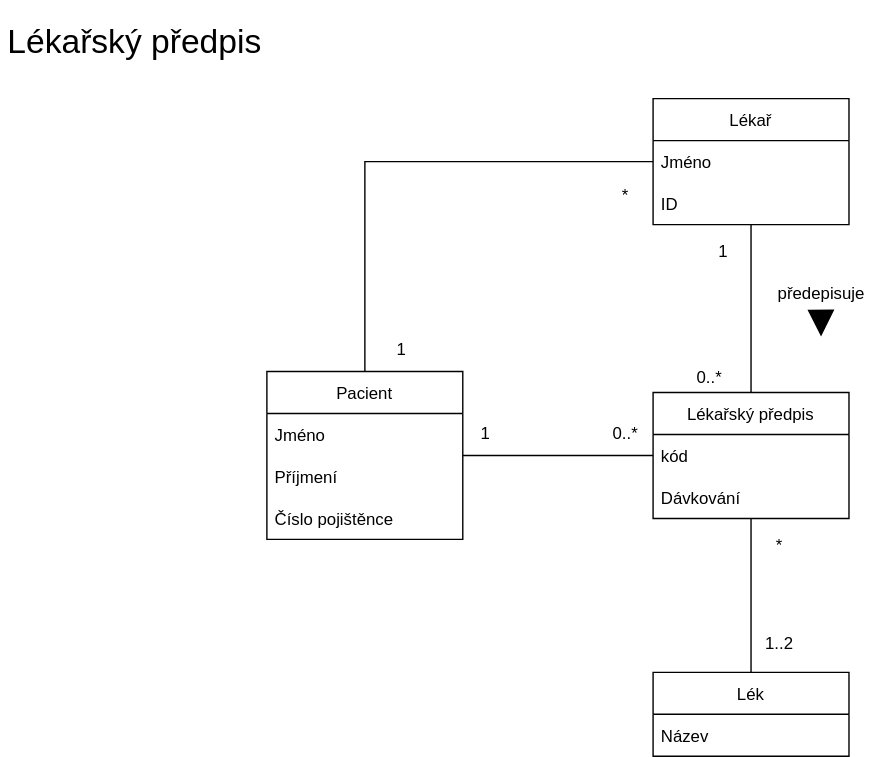
TadeasPikl/Diagrams.net keeps this draw.io diagram as TED/lekarsky-predpis.svg. Above is the earlier version. Source tidied: cells renumbered, new cells last; positions are measured from the earlier drawing's top-left corner, leaving out a move shared by most shapes. The source it was exported from:
```xml
<mxGraphModel>
  <root>
    <mxCell id="0" />
    <mxCell id="1" parent="0" />
    <mxCell id="2" style="edgeStyle=orthogonalEdgeStyle;rounded=0;jettySize=auto;html=1;endArrow=none;endFill=0;" parent="1" edge="1" source="3" target="7">
      <mxGeometry relative="1" as="geometry" />
    </mxCell>
    <mxCell id="3" value="Pacient" style="swimlane;fontStyle=0;horizontal=1;startSize=30;" parent="1" vertex="1">
      <mxGeometry x="190" y="255" width="140" height="120" as="geometry" />
    </mxCell>
    <mxCell id="4" value="Jméno" style="text;strokeColor=none;fillColor=none;align=left;verticalAlign=middle;spacingLeft=4;spacingRight=4;overflow=hidden;" parent="3" vertex="1">
      <mxGeometry y="30" width="140" height="30" as="geometry" />
    </mxCell>
    <mxCell id="5" value="Příjmení" style="text;strokeColor=none;fillColor=none;align=left;verticalAlign=middle;spacingLeft=4;spacingRight=4;overflow=hidden;" parent="3" vertex="1">
      <mxGeometry y="60" width="140" height="30" as="geometry" />
    </mxCell>
    <mxCell id="6" value="Číslo pojištěnce" style="text;strokeColor=none;fillColor=none;align=left;verticalAlign=middle;spacingLeft=4;spacingRight=4;overflow=hidden;" parent="3" vertex="1">
      <mxGeometry y="90" width="140" height="30" as="geometry" />
    </mxCell>
    <mxCell id="7" value="Lékařský předpis" style="swimlane;fontStyle=0;horizontal=1;startSize=30;" parent="1" vertex="1">
      <mxGeometry x="466" y="270" width="140" height="90" as="geometry" />
    </mxCell>
    <mxCell id="8" value="kód" style="text;strokeColor=none;fillColor=none;align=left;verticalAlign=middle;spacingLeft=4;spacingRight=4;overflow=hidden;" parent="7" vertex="1">
      <mxGeometry y="30" width="140" height="30" as="geometry" />
    </mxCell>
    <mxCell id="9" value="Dávkování" style="text;strokeColor=none;fillColor=none;align=left;verticalAlign=middle;spacingLeft=4;spacingRight=4;overflow=hidden;" parent="7" vertex="1">
      <mxGeometry y="60" width="140" height="30" as="geometry" />
    </mxCell>
    <mxCell id="10" style="edgeStyle=orthogonalEdgeStyle;rounded=0;jettySize=auto;html=1;endArrow=none;endFill=0;" parent="1" edge="1" source="11" target="7">
      <mxGeometry relative="1" as="geometry" />
    </mxCell>
    <mxCell id="11" value="Lékař" style="swimlane;fontStyle=0;horizontal=1;startSize=30;" parent="1" vertex="1">
      <mxGeometry x="466" y="60" width="140" height="90" as="geometry" />
    </mxCell>
    <mxCell id="12" value="Jméno" style="text;strokeColor=none;fillColor=none;align=left;verticalAlign=middle;spacingLeft=4;spacingRight=4;overflow=hidden;points=[[0,0.5],[1,0.5]];portConstraint=eastwest;" parent="11" vertex="1">
      <mxGeometry y="30" width="140" height="30" as="geometry" />
    </mxCell>
    <mxCell id="13" value="ID" style="text;strokeColor=none;fillColor=none;align=left;verticalAlign=middle;spacingLeft=4;spacingRight=4;overflow=hidden;" parent="11" vertex="1">
      <mxGeometry y="60" width="140" height="30" as="geometry" />
    </mxCell>
    <mxCell id="14" style="edgeStyle=orthogonalEdgeStyle;rounded=0;orthogonalLoop=1;jettySize=auto;html=1;endArrow=block;endFill=1;endSize=14;strokeWidth=2;" parent="1" edge="1">
      <mxGeometry relative="1" as="geometry">
        <mxPoint x="586" y="220" as="sourcePoint" />
        <mxPoint x="586" y="230" as="targetPoint" />
        <Array as="points">
          <mxPoint x="586" y="230" />
          <mxPoint x="586" y="230" />
        </Array>
      </mxGeometry>
    </mxCell>
    <mxCell id="15" value="předepisuje" style="text;html=1;align=center;verticalAlign=middle;strokeColor=none;fillColor=none;" parent="1" vertex="1">
      <mxGeometry x="546" y="190" width="80" height="20" as="geometry" />
    </mxCell>
    <mxCell id="16" style="edgeStyle=orthogonalEdgeStyle;rounded=0;jettySize=auto;html=1;endArrow=none;endFill=0;endSize=14;strokeWidth=1;" parent="1" edge="1" source="12" target="3">
      <mxGeometry relative="1" as="geometry" />
    </mxCell>
    <mxCell id="17" value="1" style="text;html=1;align=center;verticalAlign=middle;strokeColor=none;fillColor=none;" parent="1" vertex="1">
      <mxGeometry x="336" y="290" width="20" height="20" as="geometry" />
    </mxCell>
    <mxCell id="18" value="0..*" style="text;html=1;align=center;verticalAlign=middle;strokeColor=none;fillColor=none;" parent="1" vertex="1">
      <mxGeometry x="431" y="290" width="30" height="20" as="geometry" />
    </mxCell>
    <mxCell id="19" value="1" style="text;html=1;align=center;verticalAlign=middle;strokeColor=none;fillColor=none;" parent="1" vertex="1">
      <mxGeometry x="506" y="160" width="20" height="20" as="geometry" />
    </mxCell>
    <mxCell id="20" value="0..*" style="text;html=1;align=center;verticalAlign=middle;strokeColor=none;fillColor=none;" parent="1" vertex="1">
      <mxGeometry x="491" y="250" width="30" height="20" as="geometry" />
    </mxCell>
    <mxCell id="21" value="*" style="text;html=1;align=center;verticalAlign=middle;strokeColor=none;fillColor=none;" parent="1" vertex="1">
      <mxGeometry x="436" y="120" width="20" height="20" as="geometry" />
    </mxCell>
    <mxCell id="22" value="1" style="text;html=1;align=center;verticalAlign=middle;strokeColor=none;fillColor=none;" parent="1" vertex="1">
      <mxGeometry x="276" y="230" width="20" height="20" as="geometry" />
    </mxCell>
    <mxCell id="23" style="edgeStyle=orthogonalEdgeStyle;rounded=0;jettySize=auto;html=1;endArrow=none;endFill=0;endSize=14;strokeWidth=1;" parent="1" edge="1" source="24" target="7">
      <mxGeometry relative="1" as="geometry" />
    </mxCell>
    <mxCell id="24" value="Lék" style="swimlane;fontStyle=0;horizontal=1;startSize=30;" parent="1" vertex="1">
      <mxGeometry x="466" y="470" width="140" height="60" as="geometry" />
    </mxCell>
    <mxCell id="25" value="Název" style="text;strokeColor=none;fillColor=none;align=left;verticalAlign=middle;spacingLeft=4;spacingRight=4;overflow=hidden;" parent="24" vertex="1">
      <mxGeometry y="30" width="140" height="30" as="geometry" />
    </mxCell>
    <mxCell id="26" value="1..2" style="text;html=1;align=center;verticalAlign=middle;strokeColor=none;fillColor=none;" parent="1" vertex="1">
      <mxGeometry x="536" y="440" width="40" height="20" as="geometry" />
    </mxCell>
    <mxCell id="27" value="*" style="text;html=1;align=center;verticalAlign=middle;strokeColor=none;fillColor=none;" parent="1" vertex="1">
      <mxGeometry x="546" y="370" width="20" height="20" as="geometry" />
    </mxCell>
    <mxCell id="28" value="&lt;h1&gt;&lt;span style=&quot;font-weight: normal&quot;&gt;Lékařský předpis&lt;/span&gt;&lt;/h1&gt;" style="text;html=1;strokeColor=none;fillColor=none;spacing=5;spacingTop=-20;whiteSpace=wrap;overflow=hidden;rounded=0;" parent="1" vertex="1">
      <mxGeometry width="190" height="120" as="geometry" />
    </mxCell>
  </root>
</mxGraphModel>
```
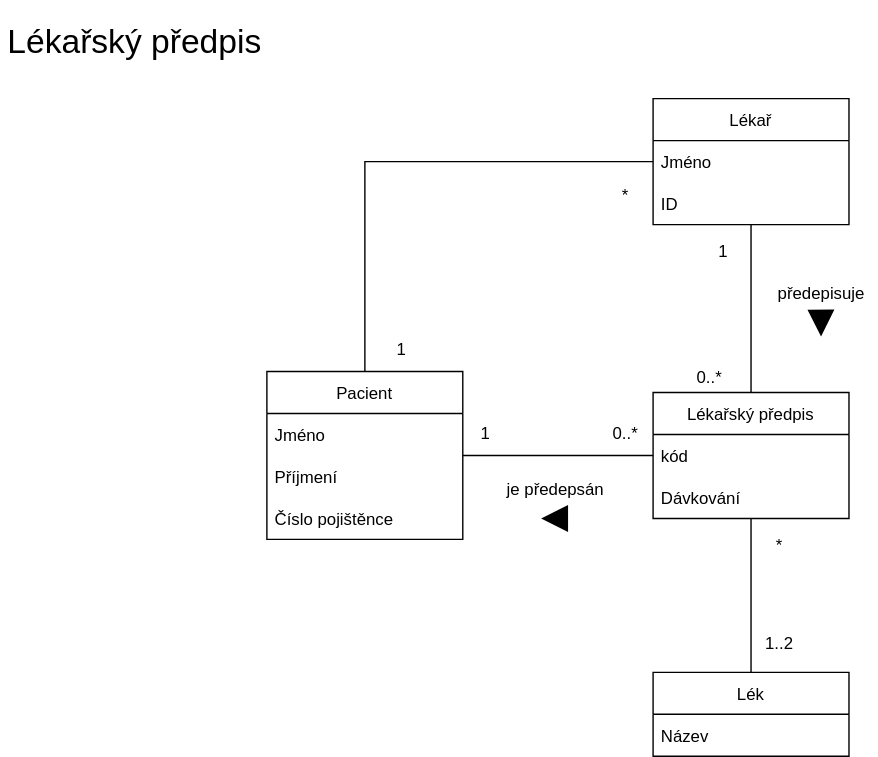
Above is the later version.

What changed in the source:
```diff
@@ -90,5 +90,17 @@
     <mxCell id="28" value="&lt;h1&gt;&lt;span style=&quot;font-weight: normal&quot;&gt;Lékařský předpis&lt;/span&gt;&lt;/h1&gt;" style="text;html=1;strokeColor=none;fillColor=none;spacing=5;spacingTop=-20;whiteSpace=wrap;overflow=hidden;rounded=0;" parent="1" vertex="1">
       <mxGeometry width="190" height="120" as="geometry" />
     </mxCell>
+    <mxCell id="29" value="je předepsán" style="text;html=1;align=center;verticalAlign=middle;strokeColor=none;fillColor=none;" parent="1" vertex="1">
+      <mxGeometry x="356" y="330" width="80" height="20" as="geometry" />
+    </mxCell>
+    <mxCell id="30" style="edgeStyle=orthogonalEdgeStyle;rounded=0;orthogonalLoop=1;jettySize=auto;html=1;endArrow=block;endFill=1;endSize=14;strokeWidth=2;" parent="1" edge="1">
+      <mxGeometry relative="1" as="geometry">
+        <mxPoint x="395.7" y="360" as="sourcePoint" />
+        <mxPoint x="386" y="360" as="targetPoint" />
+        <Array as="points">
+          <mxPoint x="396" y="360" />
+        </Array>
+      </mxGeometry>
+    </mxCell>
   </root>
 </mxGraphModel>
```
